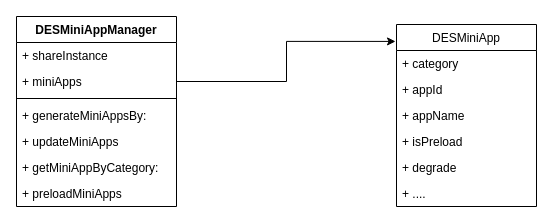
This is page "类图" (2 of 2) of 容器化方案设计.drawio from ashen-23/DrawIORepo, a draw.io file, before an edit. Source tidied: cells renumbered, new cells numbered last; positions are measured from the earlier drawing's top-left corner, leaving out a move shared by most shapes. Both pictures are drawn from the tidied source at 100%, with x=0, y=0 at pixel (16, 16).
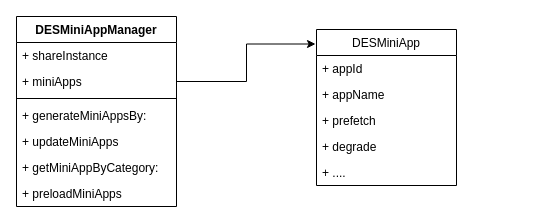
Above is the later version.

Commit message:
更新容器化方案设计.drawio

What changed in the source:
```diff
@@
 <mxGraphModel>
   <root>
     <mxCell id="0" />
     <mxCell id="1" parent="0" />
     <mxCell id="2" value="DESMiniApp" style="swimlane;fontStyle=0;horizontal=1;startSize=26;fillColor=none;" parent="1" vertex="1">
-      <mxGeometry x="380" y="8" width="140" height="182" as="geometry" />
+      <mxGeometry x="300" y="13" width="140" height="156" as="geometry" />
     </mxCell>
-    <mxCell id="3" value="+ category" style="text;strokeColor=none;fillColor=none;align=left;verticalAlign=top;spacingLeft=4;spacingRight=4;overflow=hidden;" parent="2" vertex="1">
-      <mxGeometry y="26" width="140" height="26" as="geometry" />
-    </mxCell>
     <mxCell id="4" value="+ appId" style="text;strokeColor=none;fillColor=none;align=left;verticalAlign=top;spacingLeft=4;spacingRight=4;overflow=hidden;" parent="2" vertex="1">
-      <mxGeometry y="52" width="140" height="26" as="geometry" />
+      <mxGeometry y="26" width="140" height="26" as="geometry" />
     </mxCell>
     <mxCell id="5" value="+ appName" style="text;strokeColor=none;fillColor=none;align=left;verticalAlign=top;spacingLeft=4;spacingRight=4;overflow=hidden;" parent="2" vertex="1">
-      <mxGeometry y="78" width="140" height="26" as="geometry" />
+      <mxGeometry y="52" width="140" height="26" as="geometry" />
     </mxCell>
-    <mxCell id="6" value="+ isPreload" style="text;strokeColor=none;fillColor=none;align=left;verticalAlign=top;spacingLeft=4;spacingRight=4;overflow=hidden;" parent="2" vertex="1">
-      <mxGeometry y="104" width="140" height="26" as="geometry" />
+    <mxCell id="6" value="+ prefetch" style="text;strokeColor=none;fillColor=none;align=left;verticalAlign=top;spacingLeft=4;spacingRight=4;overflow=hidden;" parent="2" vertex="1">
+      <mxGeometry y="78" width="140" height="26" as="geometry" />
     </mxCell>
     <mxCell id="7" value="+ degrade" style="text;strokeColor=none;fillColor=none;align=left;verticalAlign=top;spacingLeft=4;spacingRight=4;overflow=hidden;" parent="2" vertex="1">
-      <mxGeometry y="130" width="140" height="26" as="geometry" />
+      <mxGeometry y="104" width="140" height="26" as="geometry" />
     </mxCell>
     <mxCell id="8" value="+ ...." style="text;strokeColor=none;fillColor=none;align=left;verticalAlign=top;spacingLeft=4;spacingRight=4;overflow=hidden;" parent="2" vertex="1">
-      <mxGeometry y="156" width="140" height="26" as="geometry" />
+      <mxGeometry y="130" width="140" height="26" as="geometry" />
     </mxCell>
     <mxCell id="9" value="DESMiniAppManager" style="swimlane;fontStyle=1;align=center;verticalAlign=top;horizontal=1;startSize=26;" parent="1" vertex="1">
       <mxGeometry width="160" height="190" as="geometry" />
     </mxCell>
     <mxCell id="10" value="+ shareInstance" style="text;strokeColor=none;fillColor=none;align=left;verticalAlign=top;spacingLeft=4;spacingRight=4;overflow=hidden;" parent="9" vertex="1">
       <mxGeometry y="26" width="160" height="26" as="geometry" />
     </mxCell>
     <mxCell id="11" value="+ miniApps" style="text;strokeColor=none;fillColor=none;align=left;verticalAlign=top;spacingLeft=4;spacingRight=4;overflow=hidden;points=[[0,0.5],[1,0.5]];portConstraint=eastwest;" parent="9" vertex="1">
       <mxGeometry y="52" width="160" height="26" as="geometry" />
     </mxCell>
     <mxCell id="12" style="line;strokeWidth=1;fillColor=none;align=left;verticalAlign=middle;spacingTop=-1;spacingLeft=3;spacingRight=3;labelPosition=right;strokeColor=inherit;" parent="9" vertex="1">
       <mxGeometry y="78" width="160" height="8" as="geometry" />
     </mxCell>
     <mxCell id="13" value="+ generateMiniAppsBy:" style="text;strokeColor=none;fillColor=none;align=left;verticalAlign=top;spacingLeft=4;spacingRight=4;overflow=hidden;" parent="9" vertex="1">
       <mxGeometry y="86" width="160" height="26" as="geometry" />
     </mxCell>
     <mxCell id="14" value="+ updateMiniApps" style="text;strokeColor=none;fillColor=none;align=left;verticalAlign=top;spacingLeft=4;spacingRight=4;overflow=hidden;" parent="9" vertex="1">
       <mxGeometry y="112" width="160" height="26" as="geometry" />
     </mxCell>
     <mxCell id="15" value="+ getMiniAppByCategory:" style="text;strokeColor=none;fillColor=none;align=left;verticalAlign=top;spacingLeft=4;spacingRight=4;overflow=hidden;" parent="9" vertex="1">
       <mxGeometry y="138" width="160" height="26" as="geometry" />
     </mxCell>
     <mxCell id="16" value="+ preloadMiniApps" style="text;strokeColor=none;fillColor=none;align=left;verticalAlign=top;spacingLeft=4;spacingRight=4;overflow=hidden;" parent="9" vertex="1">
       <mxGeometry y="164" width="160" height="26" as="geometry" />
     </mxCell>
-    <mxCell id="17" style="edgeStyle=orthogonalEdgeStyle;rounded=0;jettySize=auto;html=1;entryX=-0.007;entryY=0.093;entryDx=0;entryDy=0;entryPerimeter=0;" parent="1" edge="1" source="11" target="2">
+    <mxCell id="17" style="edgeStyle=orthogonalEdgeStyle;rounded=0;jettySize=auto;html=1;entryX=-0.007;entryY=0.093;entryDx=0;entryDy=0;entryPerimeter=0;exitX=1;exitY=0.5;exitDx=0;exitDy=0;" parent="1" edge="1" source="11" target="2">
       <mxGeometry relative="1" as="geometry" />
     </mxCell>
   </root>
 </mxGraphModel>
```
